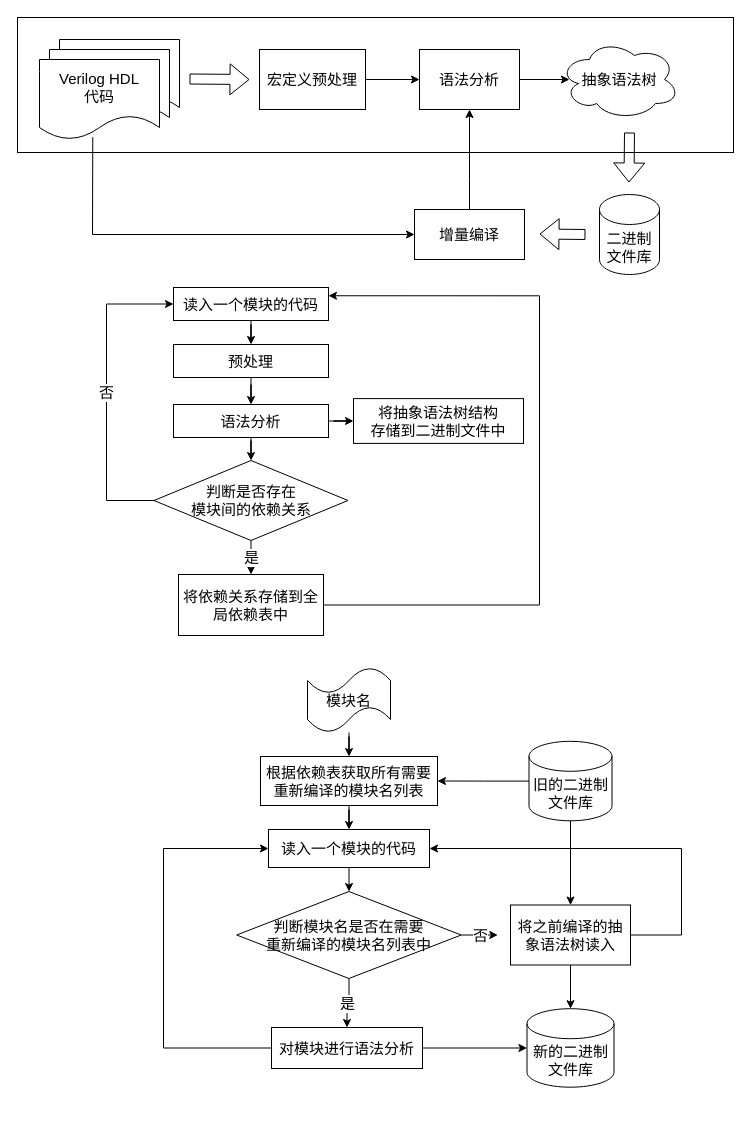
Above: Untitled Diagram.drawio in xiangliaxiangli/CBA (draw.io), before the change. Source tidied: cells renumbered, new cells numbered last; positions are measured from the earlier drawing's top-left corner, leaving out a move shared by most shapes. Both pictures are drawn from the tidied source at 100%, with x=0, y=0 at pixel (17, 17).
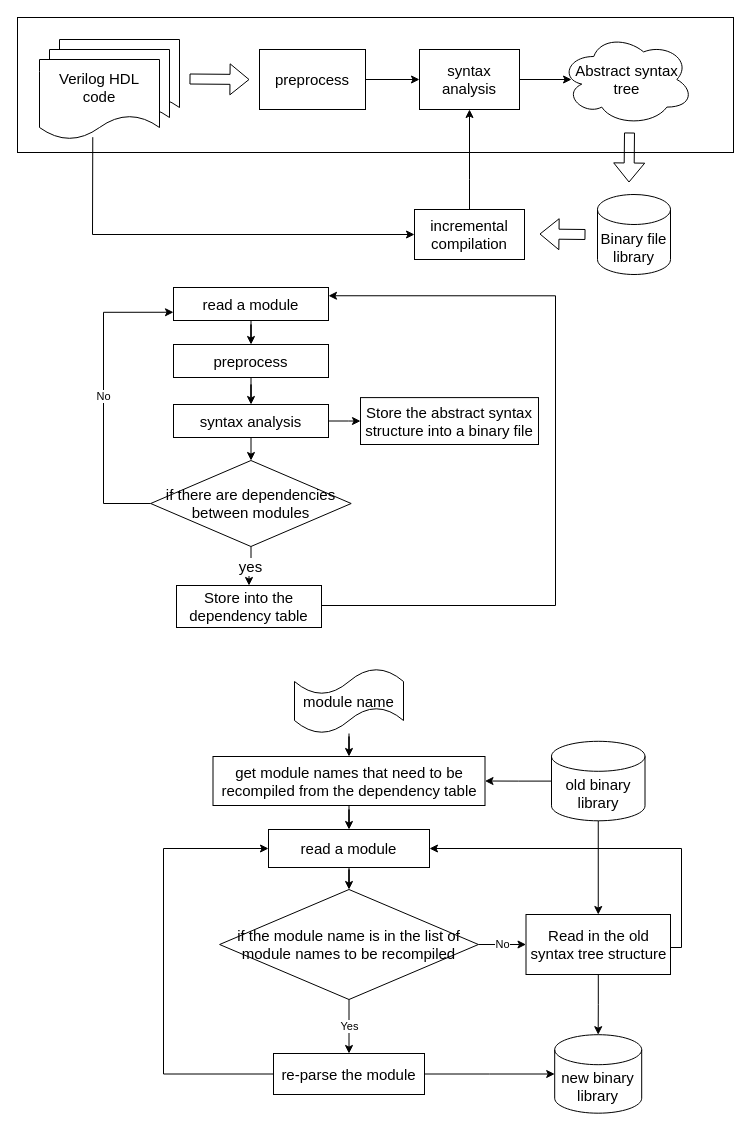
Above is the later version.

What changed in the source:
```diff
@@
-    <mxCell id="5" value="&lt;font style=&quot;font-size: 15px;&quot;&gt;Verilog HDL&lt;br&gt;代码&lt;/font&gt;" style="shape=document;whiteSpace=wrap;html=1;boundedLbl=1;" parent="1" vertex="1">
+    <mxCell id="5" value="&lt;font style=&quot;font-size: 15px;&quot;&gt;Verilog HDL&lt;br&gt;code&lt;br&gt;&lt;/font&gt;" style="shape=document;whiteSpace=wrap;html=1;boundedLbl=1;" parent="1" vertex="1">
       <mxGeometry x="22" y="42" width="120" height="80" as="geometry" />
     </mxCell>
@@
-    <mxCell id="8" value="语法分析" style="rounded=0;whiteSpace=wrap;html=1;fontSize=15;" parent="1" vertex="1">
+    <mxCell id="8" value="syntax analysis" style="rounded=0;whiteSpace=wrap;html=1;fontSize=15;" parent="1" vertex="1">
       <mxGeometry x="402" y="32" width="100" height="60" as="geometry" />
     </mxCell>
-    <mxCell id="9" value="抽象语法树" style="ellipse;shape=cloud;whiteSpace=wrap;html=1;fontSize=15;" parent="1" vertex="1">
-      <mxGeometry x="542" y="22" width="120" height="80" as="geometry" />
+    <mxCell id="9" value="Abstract syntax tree" style="ellipse;shape=cloud;whiteSpace=wrap;html=1;fontSize=15;" parent="1" vertex="1">
+      <mxGeometry x="543" y="16" width="133" height="92" as="geometry" />
     </mxCell>
@@
-    <mxCell id="11" value="宏定义预处理" style="rounded=0;whiteSpace=wrap;html=1;fontSize=15;" parent="1" vertex="1">
+    <mxCell id="11" value="preprocess" style="rounded=0;whiteSpace=wrap;html=1;fontSize=15;" parent="1" vertex="1">
       <mxGeometry x="242" y="32" width="106" height="60" as="geometry" />
     </mxCell>
@@
-    <mxCell id="13" value="增量编译" style="rounded=0;whiteSpace=wrap;html=1;fontSize=15;" parent="1" vertex="1">
+    <mxCell id="13" value="incremental&lt;br&gt;compilation" style="rounded=0;whiteSpace=wrap;html=1;fontSize=15;" parent="1" vertex="1">
       <mxGeometry x="397" y="192" width="110" height="50" as="geometry" />
     </mxCell>
-    <mxCell id="14" value="二进制文件库" style="shape=cylinder3;whiteSpace=wrap;html=1;boundedLbl=1;backgroundOutline=1;size=15;fontSize=15;" parent="1" vertex="1">
-      <mxGeometry x="582" y="177" width="60" height="80" as="geometry" />
+    <mxCell id="14" value="Binary file library" style="shape=cylinder3;whiteSpace=wrap;html=1;boundedLbl=1;backgroundOutline=1;size=15;fontSize=15;" parent="1" vertex="1">
+      <mxGeometry x="580" y="177" width="73" height="80" as="geometry" />
     </mxCell>
@@
-    <mxCell id="19" value="读入一个模块的代码" style="rounded=0;whiteSpace=wrap;html=1;fontSize=15;" parent="1" vertex="1">
+    <mxCell id="19" value="read a module" style="rounded=0;whiteSpace=wrap;html=1;fontSize=15;" parent="1" vertex="1">
       <mxGeometry x="156" y="270" width="155" height="33" as="geometry" />
     </mxCell>
@@
-    <mxCell id="21" value="预处理" style="rounded=0;whiteSpace=wrap;html=1;fontSize=15;" parent="1" vertex="1">
+    <mxCell id="21" value="preprocess" style="rounded=0;whiteSpace=wrap;html=1;fontSize=15;" parent="1" vertex="1">
       <mxGeometry x="156" y="327" width="155" height="33" as="geometry" />
     </mxCell>
+    <mxCell id="23" style="edgeStyle=orthogonalEdgeStyle;rounded=0;jettySize=auto;html=1;fontSize=15;" parent="1" edge="1" source="24" target="30">
+      <mxGeometry relative="1" as="geometry" />
+    </mxCell>
-    <mxCell id="22" style="edgeStyle=orthogonalEdgeStyle;rounded=0;jettySize=auto;html=1;fontSize=15;" parent="1" edge="1" source="24" target="27">
+    <mxCell id="22" style="edgeStyle=orthogonalEdgeStyle;rounded=0;jettySize=auto;html=1;" parent="1" edge="1" source="24" target="27">
       <mxGeometry relative="1" as="geometry" />
     </mxCell>
-    <mxCell id="23" style="edgeStyle=orthogonalEdgeStyle;rounded=0;jettySize=auto;html=1;fontSize=15;" parent="1" edge="1" source="24" target="30">
-      <mxGeometry relative="1" as="geometry" />
-    </mxCell>
-    <mxCell id="24" value="语法分析" style="rounded=0;whiteSpace=wrap;html=1;fontSize=15;" parent="1" vertex="1">
+    <mxCell id="24" value="syntax analysis" style="rounded=0;whiteSpace=wrap;html=1;fontSize=15;" parent="1" vertex="1">
       <mxGeometry x="156" y="387" width="155" height="33" as="geometry" />
     </mxCell>
-    <mxCell id="25" value="是" style="edgeStyle=orthogonalEdgeStyle;rounded=0;jettySize=auto;html=1;fontSize=15;" parent="1" edge="1" source="27" target="29">
+    <mxCell id="25" value="yes" style="edgeStyle=orthogonalEdgeStyle;rounded=0;jettySize=auto;html=1;fontSize=15;" parent="1" edge="1" source="27" target="29">
       <mxGeometry relative="1" as="geometry" />
     </mxCell>
-    <mxCell id="26" value="否" style="edgeStyle=orthogonalEdgeStyle;rounded=0;jettySize=auto;html=1;entryX=0;entryY=0.5;entryDx=0;entryDy=0;fontSize=15;" parent="1" edge="1" source="27" target="19">
+    <mxCell id="26" value="No" style="edgeStyle=orthogonalEdgeStyle;rounded=0;jettySize=auto;html=1;entryX=0;entryY=0.75;entryDx=0;entryDy=0;" parent="1" edge="1" source="27" target="19">
       <mxGeometry relative="1" as="geometry">
         <Array as="points">
-          <mxPoint x="89" y="483" />
-          <mxPoint x="89" y="287" />
+          <mxPoint x="86" y="486" />
+          <mxPoint x="86" y="295" />
         </Array>
       </mxGeometry>
     </mxCell>
-    <mxCell id="27" value="判断是否存在&lt;br&gt;模块间的依赖关系" style="rhombus;whiteSpace=wrap;html=1;fontSize=15;" parent="1" vertex="1">
-      <mxGeometry x="136.5" y="443" width="194" height="80" as="geometry" />
+    <mxCell id="27" value="if there are dependencies between modules" style="rhombus;whiteSpace=wrap;html=1;fontSize=15;" parent="1" vertex="1">
+      <mxGeometry x="133.2" y="443" width="200.5" height="86" as="geometry" />
     </mxCell>
     <mxCell id="28" style="edgeStyle=orthogonalEdgeStyle;rounded=0;jettySize=auto;html=1;entryX=1;entryY=0.25;entryDx=0;entryDy=0;fontSize=15;" parent="1" edge="1" source="29" target="19">
       <mxGeometry relative="1" as="geometry">
         <Array as="points">
-          <mxPoint x="522" y="588" />
-          <mxPoint x="522" y="278" />
+          <mxPoint x="538" y="588" />
+          <mxPoint x="538" y="278" />
         </Array>
       </mxGeometry>
     </mxCell>
-    <mxCell id="29" value="将依赖关系存储到全局依赖表中" style="rounded=0;whiteSpace=wrap;html=1;fontSize=15;" parent="1" vertex="1">
-      <mxGeometry x="161" y="557" width="145" height="61" as="geometry" />
+    <mxCell id="29" value="Store into the dependency table" style="rounded=0;whiteSpace=wrap;html=1;fontSize=15;" parent="1" vertex="1">
+      <mxGeometry x="159" y="568" width="145" height="42" as="geometry" />
     </mxCell>
-    <mxCell id="30" value="将抽象语法树结构&lt;br&gt;存储到二进制文件中" style="whiteSpace=wrap;html=1;fontSize=15;rounded=0;" parent="1" vertex="1">
-      <mxGeometry x="336" y="381.1" width="170" height="44.8" as="geometry" />
+    <mxCell id="30" value="Store the abstract syntax structure into a binary file" style="whiteSpace=wrap;html=1;fontSize=15;rounded=0;" parent="1" vertex="1">
+      <mxGeometry x="343" y="380.1" width="178" height="46.9" as="geometry" />
     </mxCell>
-    <mxCell id="31" style="edgeStyle=orthogonalEdgeStyle;rounded=0;jettySize=auto;html=1;fontSize=15;" parent="1" edge="1" source="32" target="34">
+    <mxCell id="31" style="edgeStyle=orthogonalEdgeStyle;rounded=0;jettySize=auto;html=1;entryX=0.5;entryY=0;entryDx=0;entryDy=0;" parent="1" edge="1" source="32" target="34">
       <mxGeometry relative="1" as="geometry" />
     </mxCell>
-    <mxCell id="32" value="模块名" style="shape=tape;whiteSpace=wrap;html=1;fontSize=15;" parent="1" vertex="1">
-      <mxGeometry x="290" y="650" width="83" height="65" as="geometry" />
+    <mxCell id="32" value="module name" style="shape=tape;whiteSpace=wrap;html=1;fontSize=15;" parent="1" vertex="1">
+      <mxGeometry x="277" y="651" width="109" height="65" as="geometry" />
     </mxCell>
-    <mxCell id="33" style="edgeStyle=orthogonalEdgeStyle;rounded=0;jettySize=auto;html=1;fontSize=15;" parent="1" edge="1" source="34" target="39">
+    <mxCell id="33" style="edgeStyle=orthogonalEdgeStyle;rounded=0;jettySize=auto;html=1;" parent="1" edge="1" source="34" target="39">
       <mxGeometry relative="1" as="geometry" />
     </mxCell>
-    <mxCell id="34" value="根据依赖表获取所有需要重新编译的模块名列表" style="rounded=0;whiteSpace=wrap;html=1;fontSize=15;" parent="1" vertex="1">
-      <mxGeometry x="243" y="739" width="177" height="49" as="geometry" />
+    <mxCell id="34" value="get module names that need to be recompiled from the dependency table" style="rounded=0;whiteSpace=wrap;html=1;fontSize=15;" parent="1" vertex="1">
+      <mxGeometry x="195.5" y="739" width="272" height="49" as="geometry" />
     </mxCell>
@@
-    <mxCell id="37" value="旧的二进制文件库" style="shape=cylinder3;whiteSpace=wrap;html=1;boundedLbl=1;backgroundOutline=1;size=15;fontSize=15;" parent="1" vertex="1">
-      <mxGeometry x="511.5" y="723.8" width="83" height="79.5" as="geometry" />
+    <mxCell id="37" value="old binary library" style="shape=cylinder3;whiteSpace=wrap;html=1;boundedLbl=1;backgroundOutline=1;size=15;fontSize=15;" parent="1" vertex="1">
+      <mxGeometry x="534" y="723.8" width="93.5" height="79.5" as="geometry" />
     </mxCell>
@@
-    <mxCell id="39" value="读入一个模块的代码" style="rounded=0;whiteSpace=wrap;html=1;fontSize=15;" parent="1" vertex="1">
+    <mxCell id="39" value="read a module" style="rounded=0;whiteSpace=wrap;html=1;fontSize=15;" parent="1" vertex="1">
       <mxGeometry x="251" y="812" width="161" height="38" as="geometry" />
     </mxCell>
+    <mxCell id="50" value="No" style="edgeStyle=orthogonalEdgeStyle;rounded=0;jettySize=auto;html=1;" parent="1" edge="1" source="42" target="49">
+      <mxGeometry relative="1" as="geometry" />
+    </mxCell>
-    <mxCell id="40" value="是" style="edgeStyle=orthogonalEdgeStyle;rounded=0;jettySize=auto;html=1;fontSize=15;" parent="1" edge="1" source="42" target="45">
+    <mxCell id="40" value="Yes" style="edgeStyle=orthogonalEdgeStyle;rounded=0;jettySize=auto;html=1;" parent="1" edge="1" source="42" target="45">
       <mxGeometry relative="1" as="geometry" />
     </mxCell>
-    <mxCell id="41" value="否" style="edgeStyle=orthogonalEdgeStyle;rounded=0;jettySize=auto;html=1;fontSize=15;" parent="1" edge="1" source="42">
-      <mxGeometry relative="1" as="geometry">
-        <mxPoint x="480.3" y="917.5" as="targetPoint" />
-      </mxGeometry>
-    </mxCell>
-    <mxCell id="42" value="判断模块名是否在需要&lt;br&gt;重新编译的模块名列表中" style="rhombus;whiteSpace=wrap;html=1;fontSize=15;" parent="1" vertex="1">
-      <mxGeometry x="219.2" y="874" width="224.5" height="87" as="geometry" />
+    <mxCell id="42" value="if the module name is in the list of module names to be recompiled" style="rhombus;whiteSpace=wrap;html=1;fontSize=15;" parent="1" vertex="1">
+      <mxGeometry x="202.1" y="872" width="258.8" height="110" as="geometry" />
     </mxCell>
@@
-    <mxCell id="44" style="edgeStyle=orthogonalEdgeStyle;rounded=0;jettySize=auto;html=1;entryX=0;entryY=0.5;entryDx=0;entryDy=0;fontSize=15;" parent="1" edge="1" source="45" target="39">
+    <mxCell id="44" style="edgeStyle=orthogonalEdgeStyle;rounded=0;jettySize=auto;html=1;entryX=0;entryY=0.5;entryDx=0;entryDy=0;" parent="1" edge="1" source="45" target="39">
       <mxGeometry relative="1" as="geometry">
         <Array as="points">
-          <mxPoint x="146" y="1031" />
+          <mxPoint x="146" y="1057" />
           <mxPoint x="146" y="831" />
         </Array>
       </mxGeometry>
     </mxCell>
-    <mxCell id="45" value="对模块进行语法分析" style="rounded=0;whiteSpace=wrap;html=1;fontSize=15;" parent="1" vertex="1">
-      <mxGeometry x="254" y="1010" width="151" height="41" as="geometry" />
+    <mxCell id="45" value="re-parse the module" style="rounded=0;whiteSpace=wrap;html=1;fontSize=15;" parent="1" vertex="1">
+      <mxGeometry x="256" y="1036" width="151" height="41" as="geometry" />
     </mxCell>
-    <mxCell id="46" value="新的二进制文件库" style="shape=cylinder3;whiteSpace=wrap;html=1;boundedLbl=1;backgroundOutline=1;size=15;fontSize=15;" parent="1" vertex="1">
-      <mxGeometry x="509.5" y="991.2" width="87" height="78.5" as="geometry" />
+    <mxCell id="46" value="new binary library" style="shape=cylinder3;whiteSpace=wrap;html=1;boundedLbl=1;backgroundOutline=1;size=15;fontSize=15;" parent="1" vertex="1">
+      <mxGeometry x="537.2" y="1017.2" width="87" height="78.5" as="geometry" />
     </mxCell>
@@
     <mxCell id="48" style="edgeStyle=orthogonalEdgeStyle;rounded=0;jettySize=auto;html=1;entryX=1;entryY=0.5;entryDx=0;entryDy=0;fontSize=15;" parent="1" edge="1" source="49" target="39">
       <mxGeometry x="-1" y="-143" relative="1" as="geometry">
         <Array as="points">
-          <mxPoint x="664" y="918" />
+          <mxPoint x="664" y="930" />
           <mxPoint x="664" y="831" />
         </Array>
         <mxPoint x="133" y="91" as="offset" />
       </mxGeometry>
     </mxCell>
-    <mxCell id="49" value="将之前编译的抽象语法树读入" style="rounded=0;whiteSpace=wrap;html=1;fontSize=15;" parent="1" vertex="1">
-      <mxGeometry x="493" y="887.5" width="120" height="60" as="geometry" />
+    <mxCell id="49" value="Read in the old syntax tree structure" style="rounded=0;whiteSpace=wrap;html=1;fontSize=15;" parent="1" vertex="1">
+      <mxGeometry x="508.5" y="897" width="144.5" height="60" as="geometry" />
     </mxCell>
```
